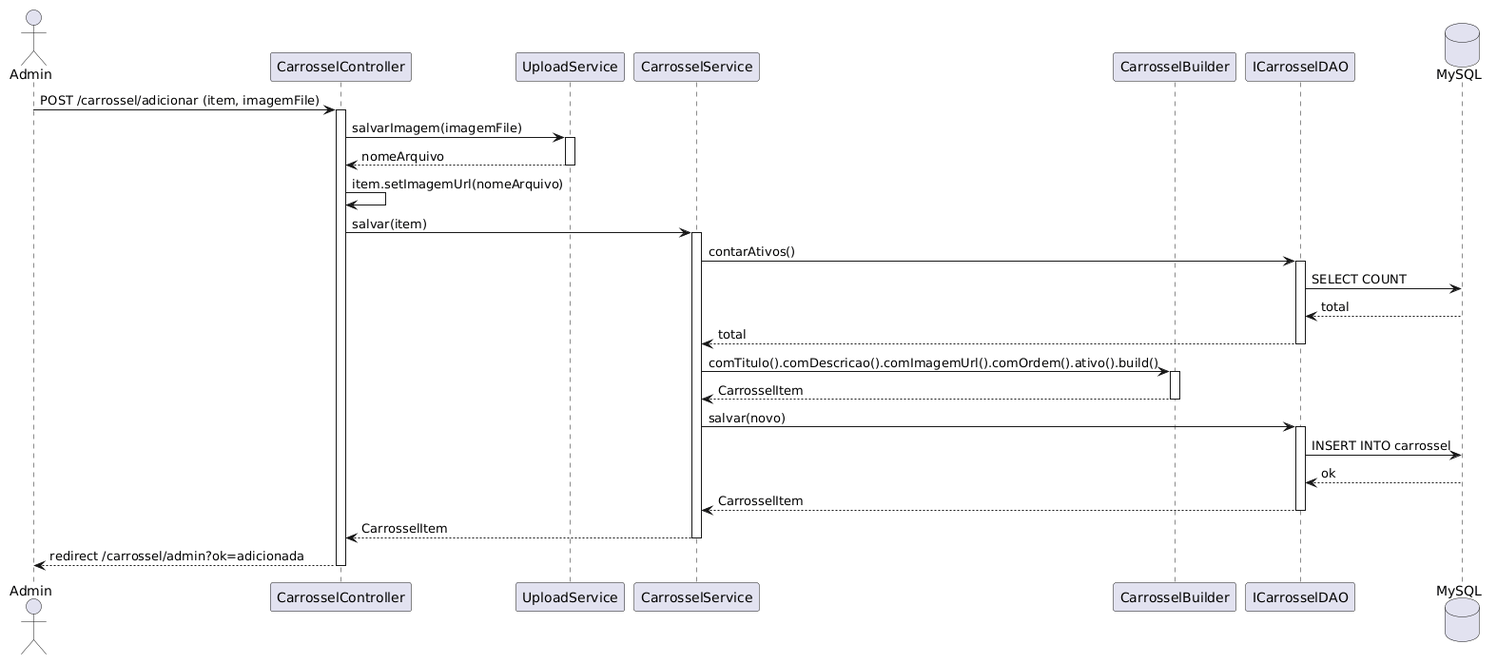
This is Diagramas/Diagramas de Sequência/Carrossel/Diagrama de Sequencia - Adicionar Carrossel.png from MatheusAbib/Jornal-de-Receitas, a PlantUML export, as it was before one commit.
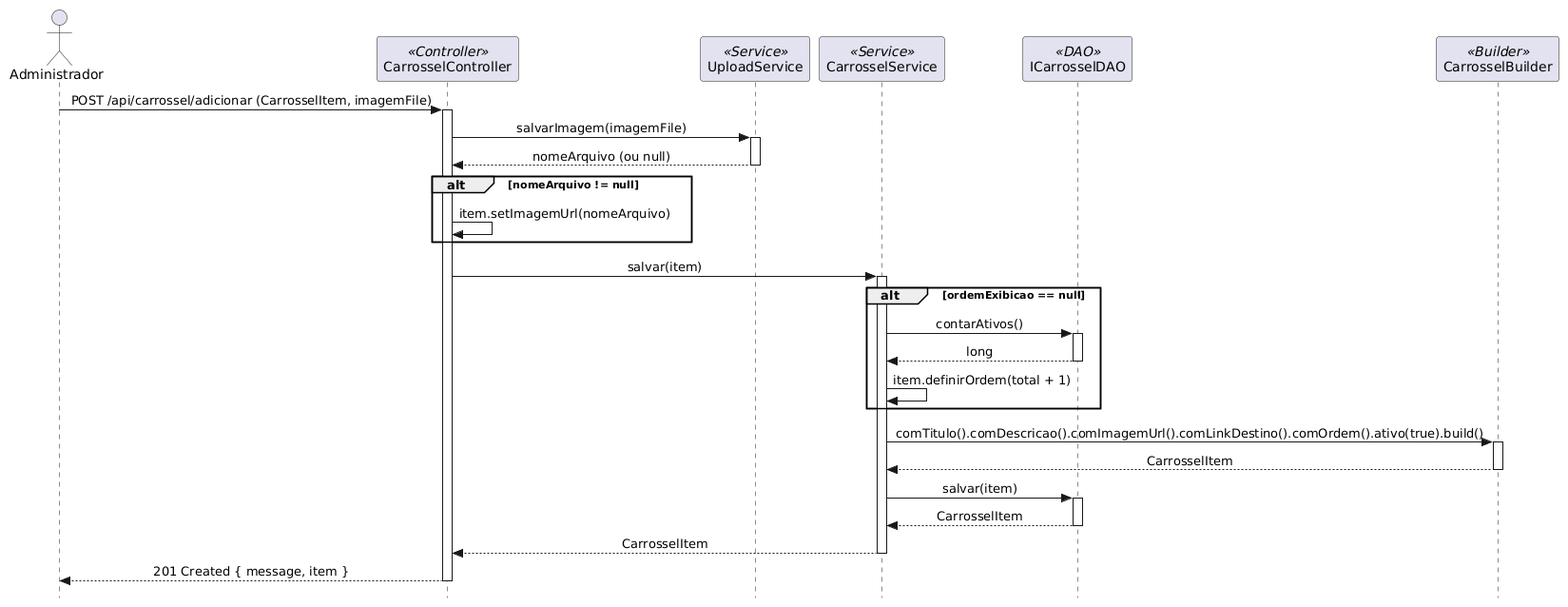
The same diagram one commit later.

Change to the diagram source:
```diff
@@ -1,47 +1,43 @@
 @startuml
-actor "Admin" as admin
-participant "CarrosselController" as controller
-participant "UploadService" as upload
-participant "CarrosselService" as service
-participant "CarrosselBuilder" as builder
-participant "ICarrosselDAO" as dao
-database "MySQL" as db
+skinparam style strictuml
+skinparam sequenceMessageAlign center
+skinparam shadowing false
 
-admin -> controller : POST /carrossel/adicionar (item, imagemFile)
-activate controller
+actor "Administrador" as admin
+participant "CarrosselController" as ctrl <<Controller>>
+participant "UploadService" as upload <<Service>>
+participant "CarrosselService" as svc <<Service>>
+participant "ICarrosselDAO" as dao <<DAO>>
+participant "CarrosselBuilder" as builder <<Builder>>
 
-controller -> upload : salvarImagem(imagemFile)
+admin -> ctrl: POST /api/carrossel/adicionar (CarrosselItem, imagemFile)
+activate ctrl
+ctrl -> upload: salvarImagem(imagemFile)
 activate upload
-upload --> controller : nomeArquivo
+upload --> ctrl: nomeArquivo (ou null)
 deactivate upload
-
-controller -> controller : item.setImagemUrl(nomeArquivo)
-
-controller -> service : salvar(item)
-activate service
-
-service -> dao : contarAtivos()
+alt nomeArquivo != null
+    ctrl -> ctrl: item.setImagemUrl(nomeArquivo)
+end
+ctrl -> svc: salvar(item)
+activate svc
+alt ordemExibicao == null
+    svc -> dao: contarAtivos()
+    activate dao
+    dao --> svc: long
+    deactivate dao
+    svc -> svc: item.definirOrdem(total + 1)
+end
+svc -> builder: comTitulo().comDescricao().comImagemUrl().comLinkDestino().comOrdem().ativo(true).build()
+activate builder
+builder --> svc: CarrosselItem
+deactivate builder
+svc -> dao: salvar(item)
 activate dao
-dao -> db : SELECT COUNT
-db --> dao : total
-dao --> service : total
+dao --> svc: CarrosselItem
 deactivate dao
-
-service -> builder : comTitulo().comDescricao().comImagemUrl().comOrdem().ativo().build()
-activate builder
-builder --> service : CarrosselItem
-deactivate builder
-
-service -> dao : salvar(novo)
-activate dao
-dao -> db : INSERT INTO carrossel
-db --> dao : ok
-dao --> service : CarrosselItem
-deactivate dao
-
-service --> controller : CarrosselItem
-deactivate service
-
-controller --> admin : redirect /carrossel/admin?ok=adicionada
-deactivate controller
+svc --> ctrl: CarrosselItem
+deactivate svc
+ctrl --> admin: 201 Created { message, item }
+deactivate ctrl
 @enduml
```
